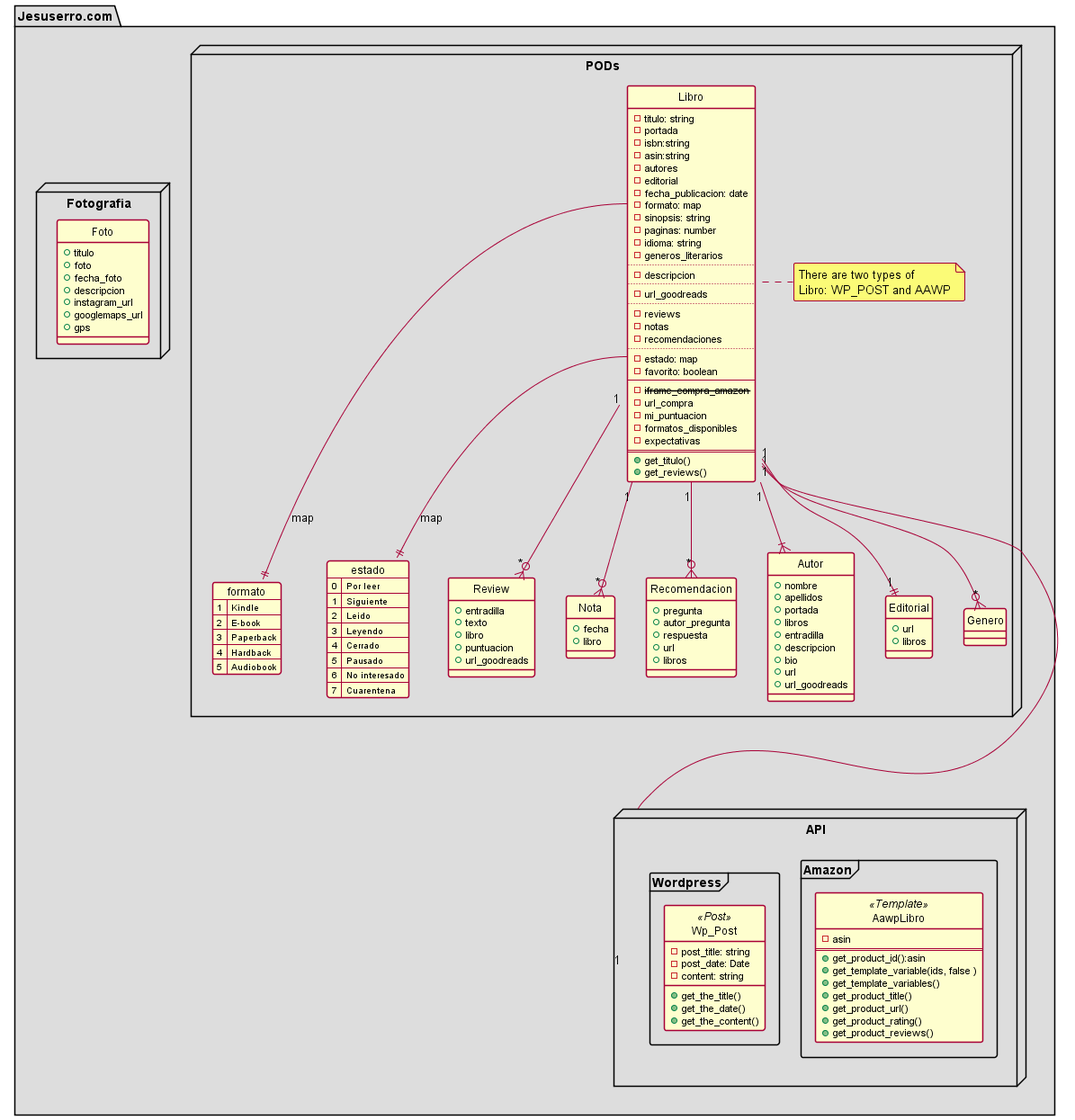
Above: docs/diagrams/out/app.png in libricos-com/libricos (PlantUML), before the change.
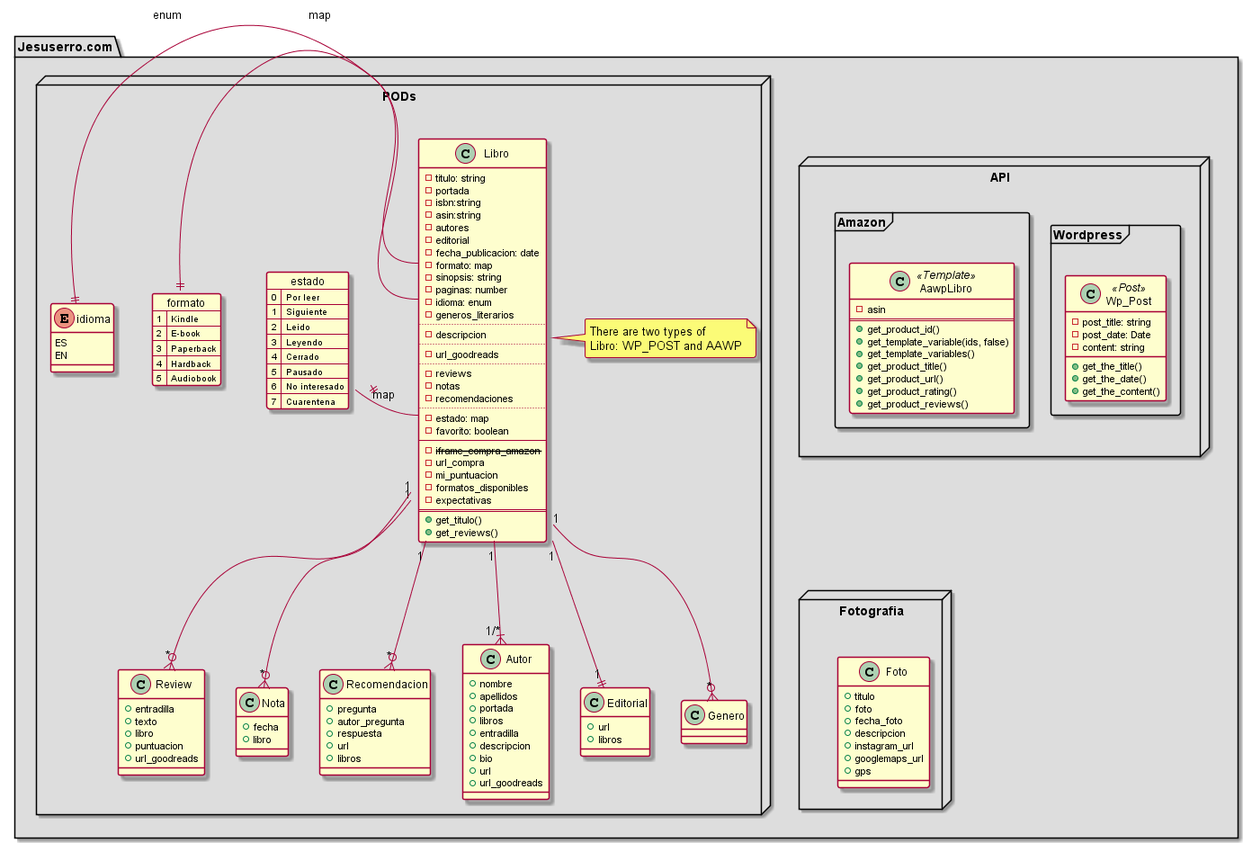
After the change.

Commit message:
docs(UML): More info to diagram

What changed in the source:
```diff
@@ -1,6 +1,5 @@
 @startuml
 
-skinparam Style strictuml
 skinparam SequenceMessageAlignment center
 skinparam backgroundColor #FFFFFF
 skinparam roundcorner 5
@@ -12,8 +11,8 @@
             class AawpLibro <<Template>>{
                 - asin
                 ==
-                + get_product_id():asin
-                + get_template_variable(ids, false )
+                + get_product_id()
+                + get_template_variable(ids, false)
                 + get_template_variables()
                 + get_product_title()
                 + get_product_url()
@@ -35,6 +34,11 @@
 
     node "PODs" {
 
+        enum idioma {
+            ES
+            EN
+        }
+
         map formato {
             1 => Kindle
             2 => E-book
@@ -42,7 +46,6 @@
             4 => Hardback
             5 => Audiobook
         }
-
         map estado {
             0 => Por leer
             1 => Siguiente
@@ -53,9 +56,6 @@
             6 => No interesado
             7 => Cuarentena
         }
-
-
-
 
         class Libro {
             - titulo: string
@@ -68,7 +68,7 @@
             - formato: map
             - sinopsis: string
             - paginas: number
-            - idioma: string
+            - idioma: enum
             - generos_literarios
             ..
             - descripcion
@@ -100,13 +100,15 @@
         Libro "1" --o{ "*" Review
         Libro "1" --o{ "*" Nota
         Libro "1" --o{ "*" Recomendacion
-        Libro "1" --|{ Autor
-        Libro "1" ---- "1" n1
+        Libro "1" --|{ "1/*" Autor
         Libro "1" --|| "1" Editorial
         Libro "1" --o{ "*" Genero
 
-        Libro::estado --|| estado : map
-        Libro::formato --|| formato : map
+        Libro::estado --left|| estado : map
+        Libro::formato --left|| formato : map
+        Libro::idioma --left|| idioma : enum
+
+        Fotografia -up[hidden]-> n1
 
         class Review {
             + entradilla
```
